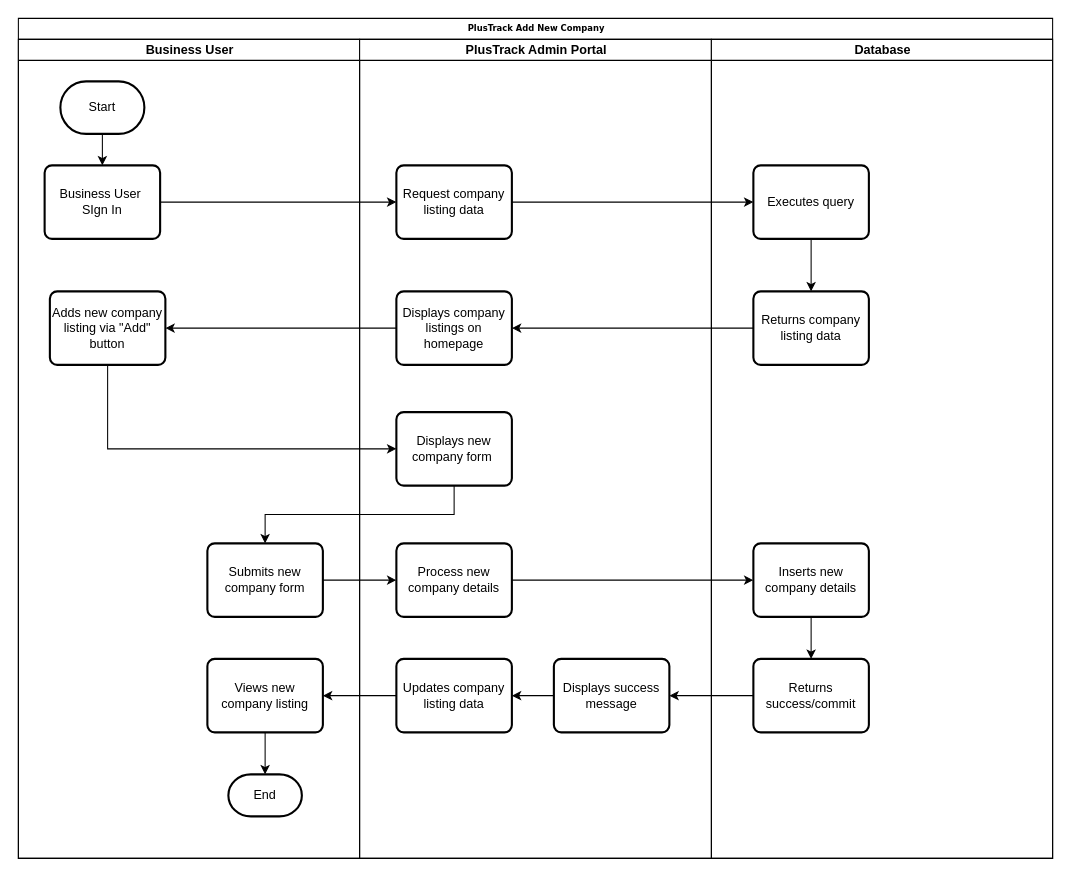
Earlier version of the draw.io diagram page "PLUSTrack Add New Company" (2 of 8) of Untitled Diagram.drawio (Marcus-141/DrawIOFiles). Source tidied: cells renumbered, new cells numbered last; positions are measured from the earlier drawing's top-left corner, leaving out a move shared by most shapes. Both pictures are drawn from the tidied source at 105%, with x=0, y=0 at pixel (18, 18).
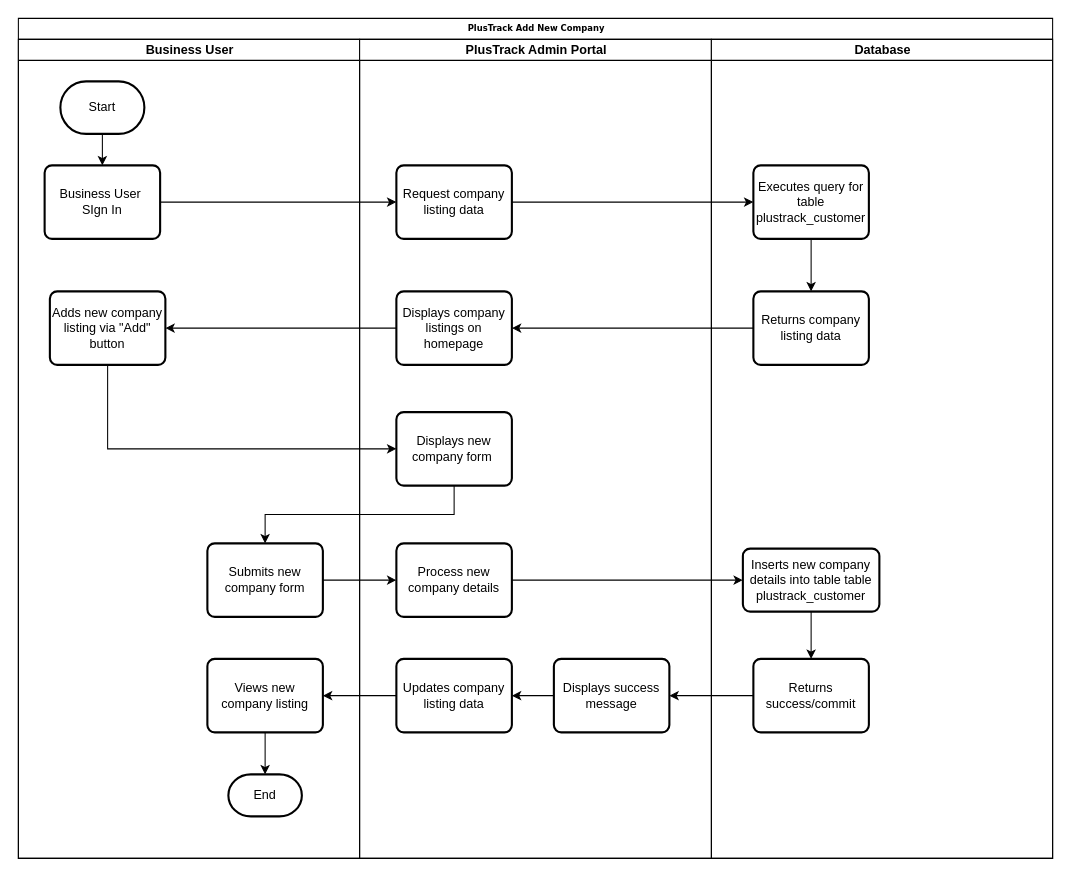
The same page after the edit.

Unchanged cells that the change refers to:
```xml
<mxCell id="20" value="Database" style="swimlane;html=1;startSize=20;" parent="2" vertex="1">
  <mxGeometry x="660" y="20" width="325" height="780" as="geometry" />
</mxCell>
```

What changed in the source:
```diff
@@
-    <mxCell id="22" value="Executes query" style="rounded=1;whiteSpace=wrap;html=1;absoluteArcSize=1;arcSize=14;strokeWidth=2;" parent="20" vertex="1">
+    <mxCell id="22" value="Executes query for table plustrack_customer" style="rounded=1;whiteSpace=wrap;html=1;absoluteArcSize=1;arcSize=14;strokeWidth=2;" parent="20" vertex="1">
       <mxGeometry x="40" y="120" width="110" height="70" as="geometry" />
     </mxCell>
@@
-    <mxCell id="25" value="Inserts new company details" style="rounded=1;whiteSpace=wrap;html=1;absoluteArcSize=1;arcSize=14;strokeWidth=2;" parent="20" vertex="1">
-      <mxGeometry x="40" y="480" width="110" height="70" as="geometry" />
+    <mxCell id="25" value="Inserts new company details into table table plustrack_customer" style="rounded=1;whiteSpace=wrap;html=1;absoluteArcSize=1;arcSize=14;strokeWidth=2;" parent="20" vertex="1">
+      <mxGeometry x="30" y="485" width="130" height="60" as="geometry" />
     </mxCell>
```
